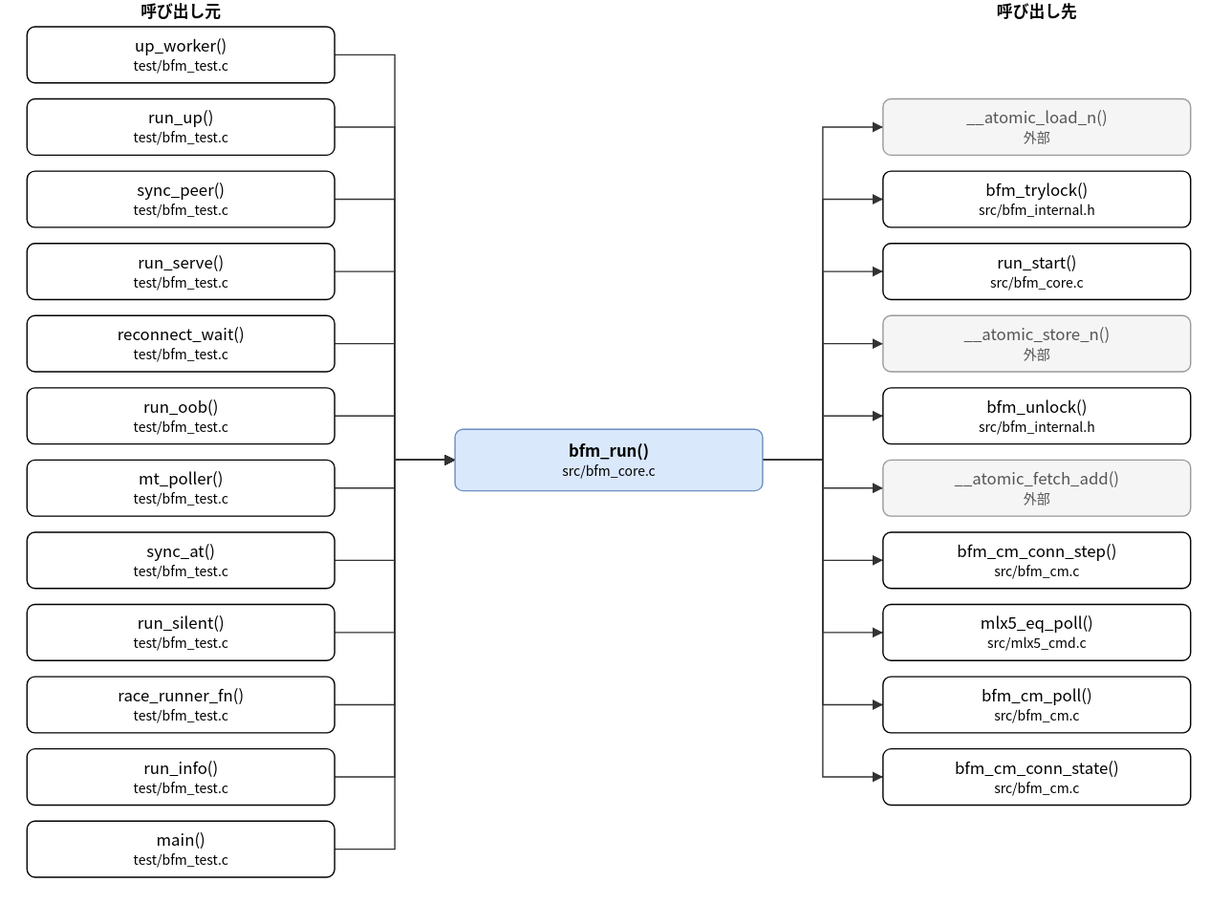
hf355051012-ai/bfmem keeps this draw.io diagram as doc/spec/images/call_src_bfm_core-bfm_run.drawio.svg. Above is the earlier version. Source tidied: cells renumbered, new cells last; positions are measured from the earlier drawing's top-left corner, leaving out a move shared by most shapes.
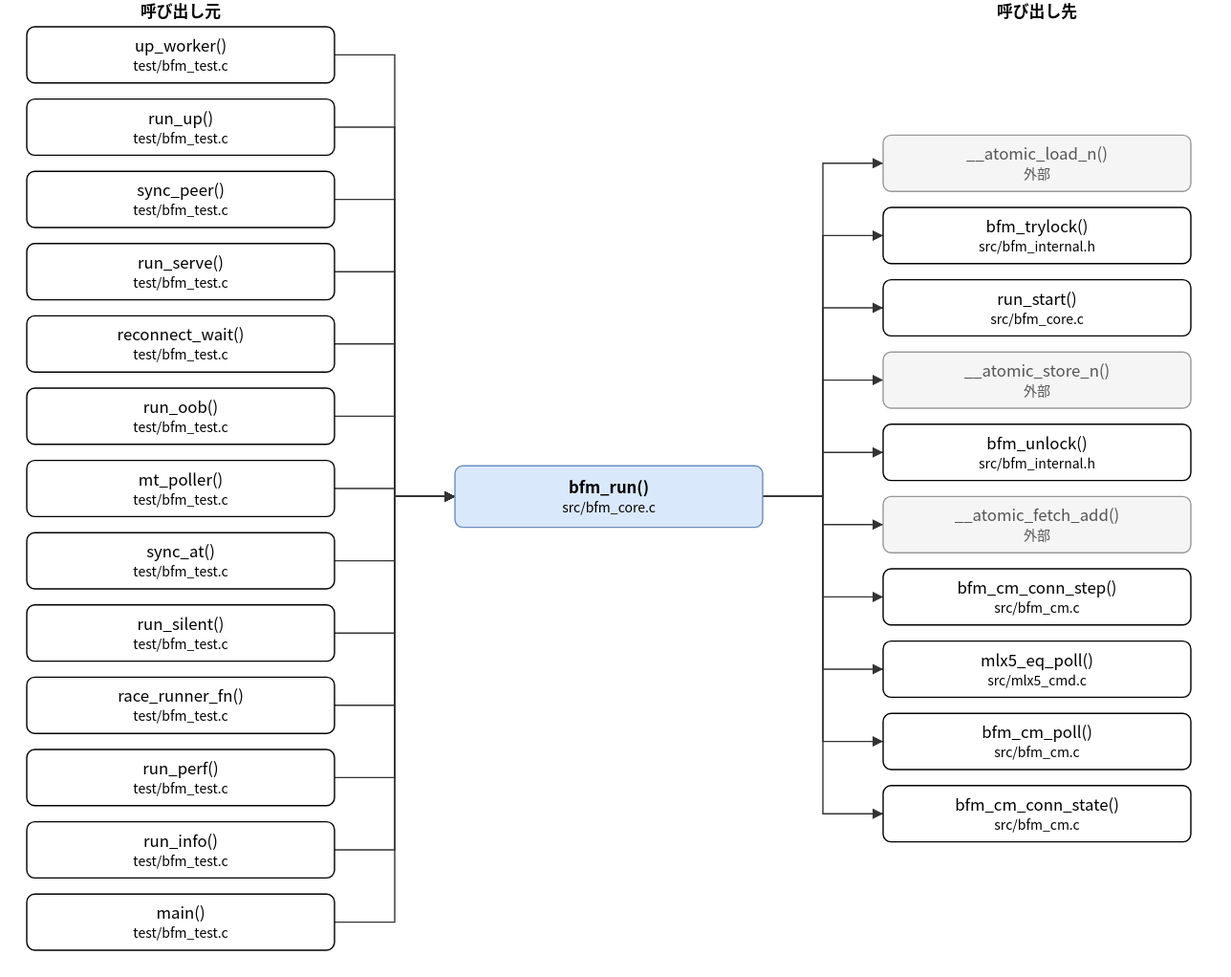
Later version of the same file.

Change to the diagram source:
```diff
@@ -3,7 +3,7 @@
     <mxCell id="0" />
     <mxCell id="1" parent="0" />
     <mxCell id="2" value="bfm_run()&lt;br&gt;&lt;font style=&quot;font-size:10px&quot;&gt;src/bfm_core.c&lt;/font&gt;" style="rounded=1;whiteSpace=wrap;html=1;fillColor=#dae8fc;strokeColor=#6c8ebf;fontStyle=1;" parent="1" vertex="1">
-      <mxGeometry x="320" y="321" width="230" height="46" as="geometry" />
+      <mxGeometry x="320" y="348" width="230" height="46" as="geometry" />
     </mxCell>
     <mxCell id="3" value="up_worker()&lt;br&gt;&lt;font style=&quot;font-size:10px&quot;&gt;test/bfm_test.c&lt;/font&gt;" style="rounded=1;whiteSpace=wrap;html=1;" parent="1" vertex="1">
       <mxGeometry y="20" width="230" height="42" as="geometry" />
@@ -35,47 +35,50 @@
     <mxCell id="12" value="race_runner_fn()&lt;br&gt;&lt;font style=&quot;font-size:10px&quot;&gt;test/bfm_test.c&lt;/font&gt;" style="rounded=1;whiteSpace=wrap;html=1;" parent="1" vertex="1">
       <mxGeometry y="506" width="230" height="42" as="geometry" />
     </mxCell>
-    <mxCell id="13" value="run_info()&lt;br&gt;&lt;font style=&quot;font-size:10px&quot;&gt;test/bfm_test.c&lt;/font&gt;" style="rounded=1;whiteSpace=wrap;html=1;" parent="1" vertex="1">
+    <mxCell id="13" value="run_perf()&lt;br&gt;&lt;font style=&quot;font-size:10px&quot;&gt;test/bfm_test.c&lt;/font&gt;" style="rounded=1;whiteSpace=wrap;html=1;" parent="1" vertex="1">
       <mxGeometry y="560" width="230" height="42" as="geometry" />
     </mxCell>
-    <mxCell id="14" value="main()&lt;br&gt;&lt;font style=&quot;font-size:10px&quot;&gt;test/bfm_test.c&lt;/font&gt;" style="rounded=1;whiteSpace=wrap;html=1;" parent="1" vertex="1">
+    <mxCell id="14" value="run_info()&lt;br&gt;&lt;font style=&quot;font-size:10px&quot;&gt;test/bfm_test.c&lt;/font&gt;" style="rounded=1;whiteSpace=wrap;html=1;" parent="1" vertex="1">
       <mxGeometry y="614" width="230" height="42" as="geometry" />
     </mxCell>
+    <mxCell id="49" value="main()&lt;br&gt;&lt;font style=&quot;font-size:10px&quot;&gt;test/bfm_test.c&lt;/font&gt;" style="rounded=1;whiteSpace=wrap;html=1;" parent="1" vertex="1">
+      <mxGeometry y="668" width="230" height="42" as="geometry" />
+    </mxCell>
     <mxCell id="15" value="__atomic_load_n()&lt;br&gt;&lt;font style=&quot;font-size:10px&quot;&gt;外部&lt;/font&gt;" style="rounded=1;whiteSpace=wrap;html=1;fillColor=#f5f5f5;strokeColor=#999999;fontColor=#555555;" parent="1" vertex="1">
-      <mxGeometry x="640" y="74" width="230" height="42" as="geometry" />
+      <mxGeometry x="640" y="101" width="230" height="42" as="geometry" />
     </mxCell>
     <mxCell id="16" value="bfm_trylock()&lt;br&gt;&lt;font style=&quot;font-size:10px&quot;&gt;src/bfm_internal.h&lt;/font&gt;" style="rounded=1;whiteSpace=wrap;html=1;" parent="1" vertex="1">
-      <mxGeometry x="640" y="128" width="230" height="42" as="geometry" />
+      <mxGeometry x="640" y="155" width="230" height="42" as="geometry" />
     </mxCell>
     <mxCell id="17" value="run_start()&lt;br&gt;&lt;font style=&quot;font-size:10px&quot;&gt;src/bfm_core.c&lt;/font&gt;" style="rounded=1;whiteSpace=wrap;html=1;" parent="1" vertex="1">
-      <mxGeometry x="640" y="182" width="230" height="42" as="geometry" />
+      <mxGeometry x="640" y="209" width="230" height="42" as="geometry" />
     </mxCell>
     <mxCell id="18" value="__atomic_store_n()&lt;br&gt;&lt;font style=&quot;font-size:10px&quot;&gt;外部&lt;/font&gt;" style="rounded=1;whiteSpace=wrap;html=1;fillColor=#f5f5f5;strokeColor=#999999;fontColor=#555555;" parent="1" vertex="1">
-      <mxGeometry x="640" y="236" width="230" height="42" as="geometry" />
+      <mxGeometry x="640" y="263" width="230" height="42" as="geometry" />
     </mxCell>
     <mxCell id="19" value="bfm_unlock()&lt;br&gt;&lt;font style=&quot;font-size:10px&quot;&gt;src/bfm_internal.h&lt;/font&gt;" style="rounded=1;whiteSpace=wrap;html=1;" parent="1" vertex="1">
-      <mxGeometry x="640" y="290" width="230" height="42" as="geometry" />
+      <mxGeometry x="640" y="317" width="230" height="42" as="geometry" />
     </mxCell>
     <mxCell id="20" value="__atomic_fetch_add()&lt;br&gt;&lt;font style=&quot;font-size:10px&quot;&gt;外部&lt;/font&gt;" style="rounded=1;whiteSpace=wrap;html=1;fillColor=#f5f5f5;strokeColor=#999999;fontColor=#555555;" parent="1" vertex="1">
-      <mxGeometry x="640" y="344" width="230" height="42" as="geometry" />
+      <mxGeometry x="640" y="371" width="230" height="42" as="geometry" />
     </mxCell>
     <mxCell id="21" value="bfm_cm_conn_step()&lt;br&gt;&lt;font style=&quot;font-size:10px&quot;&gt;src/bfm_cm.c&lt;/font&gt;" style="rounded=1;whiteSpace=wrap;html=1;" parent="1" vertex="1">
-      <mxGeometry x="640" y="398" width="230" height="42" as="geometry" />
+      <mxGeometry x="640" y="425" width="230" height="42" as="geometry" />
     </mxCell>
     <mxCell id="22" value="mlx5_eq_poll()&lt;br&gt;&lt;font style=&quot;font-size:10px&quot;&gt;src/mlx5_cmd.c&lt;/font&gt;" style="rounded=1;whiteSpace=wrap;html=1;" parent="1" vertex="1">
-      <mxGeometry x="640" y="452" width="230" height="42" as="geometry" />
+      <mxGeometry x="640" y="479" width="230" height="42" as="geometry" />
     </mxCell>
     <mxCell id="23" value="bfm_cm_poll()&lt;br&gt;&lt;font style=&quot;font-size:10px&quot;&gt;src/bfm_cm.c&lt;/font&gt;" style="rounded=1;whiteSpace=wrap;html=1;" parent="1" vertex="1">
-      <mxGeometry x="640" y="506" width="230" height="42" as="geometry" />
+      <mxGeometry x="640" y="533" width="230" height="42" as="geometry" />
     </mxCell>
     <mxCell id="24" value="bfm_cm_conn_state()&lt;br&gt;&lt;font style=&quot;font-size:10px&quot;&gt;src/bfm_cm.c&lt;/font&gt;" style="rounded=1;whiteSpace=wrap;html=1;" parent="1" vertex="1">
-      <mxGeometry x="640" y="560" width="230" height="42" as="geometry" />
+      <mxGeometry x="640" y="587" width="230" height="42" as="geometry" />
     </mxCell>
     <mxCell id="25" style="edgeStyle=none;html=1;rounded=0;endArrow=block;endFill=1;exitX=1.0000;exitY=0.5000;exitDx=0;exitDy=0;exitPerimeter=0;entryX=0.0000;entryY=0.5000;entryDx=0;entryDy=0;entryPerimeter=0;" parent="1" edge="1" source="3" target="2">
       <mxGeometry relative="1" as="geometry">
         <Array as="points">
           <mxPoint x="275" y="41" />
-          <mxPoint x="275" y="344" />
+          <mxPoint x="275" y="371" />
         </Array>
       </mxGeometry>
     </mxCell>
@@ -83,7 +86,7 @@
       <mxGeometry relative="1" as="geometry">
         <Array as="points">
           <mxPoint x="275" y="95" />
-          <mxPoint x="275" y="344" />
+          <mxPoint x="275" y="371" />
         </Array>
       </mxGeometry>
     </mxCell>
@@ -91,7 +94,7 @@
       <mxGeometry relative="1" as="geometry">
         <Array as="points">
           <mxPoint x="275" y="149" />
-          <mxPoint x="275" y="344" />
+          <mxPoint x="275" y="371" />
         </Array>
       </mxGeometry>
     </mxCell>
@@ -99,7 +102,7 @@
       <mxGeometry relative="1" as="geometry">
         <Array as="points">
           <mxPoint x="275" y="203" />
-          <mxPoint x="275" y="344" />
+          <mxPoint x="275" y="371" />
         </Array>
       </mxGeometry>
     </mxCell>
@@ -107,7 +110,7 @@
       <mxGeometry relative="1" as="geometry">
         <Array as="points">
           <mxPoint x="275" y="257" />
-          <mxPoint x="275" y="344" />
+          <mxPoint x="275" y="371" />
         </Array>
       </mxGeometry>
     </mxCell>
@@ -115,7 +118,7 @@
       <mxGeometry relative="1" as="geometry">
         <Array as="points">
           <mxPoint x="275" y="311" />
-          <mxPoint x="275" y="344" />
+          <mxPoint x="275" y="371" />
         </Array>
       </mxGeometry>
     </mxCell>
@@ -123,7 +126,7 @@
       <mxGeometry relative="1" as="geometry">
         <Array as="points">
           <mxPoint x="275" y="365" />
-          <mxPoint x="275" y="344" />
+          <mxPoint x="275" y="371" />
         </Array>
       </mxGeometry>
     </mxCell>
@@ -131,7 +134,7 @@
       <mxGeometry relative="1" as="geometry">
         <Array as="points">
           <mxPoint x="275" y="419" />
-          <mxPoint x="275" y="344" />
+          <mxPoint x="275" y="371" />
         </Array>
       </mxGeometry>
     </mxCell>
@@ -139,7 +142,7 @@
       <mxGeometry relative="1" as="geometry">
         <Array as="points">
           <mxPoint x="275" y="473" />
-          <mxPoint x="275" y="344" />
+          <mxPoint x="275" y="371" />
         </Array>
       </mxGeometry>
     </mxCell>
@@ -147,7 +150,7 @@
       <mxGeometry relative="1" as="geometry">
         <Array as="points">
           <mxPoint x="275" y="527" />
-          <mxPoint x="275" y="344" />
+          <mxPoint x="275" y="371" />
         </Array>
       </mxGeometry>
     </mxCell>
@@ -155,7 +158,7 @@
       <mxGeometry relative="1" as="geometry">
         <Array as="points">
           <mxPoint x="275" y="581" />
-          <mxPoint x="275" y="344" />
+          <mxPoint x="275" y="371" />
         </Array>
       </mxGeometry>
     </mxCell>
@@ -163,90 +166,98 @@
       <mxGeometry relative="1" as="geometry">
         <Array as="points">
           <mxPoint x="275" y="635" />
-          <mxPoint x="275" y="344" />
+          <mxPoint x="275" y="371" />
         </Array>
       </mxGeometry>
     </mxCell>
-    <mxCell id="37" style="edgeStyle=none;html=1;rounded=0;endArrow=block;endFill=1;exitX=1.0000;exitY=0.5000;exitDx=0;exitDy=0;exitPerimeter=0;entryX=0.0000;entryY=0.5000;entryDx=0;entryDy=0;entryPerimeter=0;" parent="1" edge="1" source="2" target="15">
+    <mxCell id="37" style="edgeStyle=none;html=1;rounded=0;endArrow=block;endFill=1;exitX=1.0000;exitY=0.5000;exitDx=0;exitDy=0;exitPerimeter=0;entryX=0.0000;entryY=0.5000;entryDx=0;entryDy=0;entryPerimeter=0;" parent="1" edge="1" source="49" target="2">
       <mxGeometry relative="1" as="geometry">
         <Array as="points">
-          <mxPoint x="595" y="344" />
-          <mxPoint x="595" y="95" />
+          <mxPoint x="275" y="689" />
+          <mxPoint x="275" y="371" />
         </Array>
       </mxGeometry>
     </mxCell>
-    <mxCell id="38" style="edgeStyle=none;html=1;rounded=0;endArrow=block;endFill=1;exitX=1.0000;exitY=0.5000;exitDx=0;exitDy=0;exitPerimeter=0;entryX=0.0000;entryY=0.5000;entryDx=0;entryDy=0;entryPerimeter=0;" parent="1" edge="1" source="2" target="16">
+    <mxCell id="38" style="edgeStyle=none;html=1;rounded=0;endArrow=block;endFill=1;exitX=1.0000;exitY=0.5000;exitDx=0;exitDy=0;exitPerimeter=0;entryX=0.0000;entryY=0.5000;entryDx=0;entryDy=0;entryPerimeter=0;" parent="1" edge="1" source="2" target="15">
       <mxGeometry relative="1" as="geometry">
         <Array as="points">
-          <mxPoint x="595" y="344" />
-          <mxPoint x="595" y="149" />
+          <mxPoint x="595" y="371" />
+          <mxPoint x="595" y="122" />
         </Array>
       </mxGeometry>
     </mxCell>
-    <mxCell id="39" style="edgeStyle=none;html=1;rounded=0;endArrow=block;endFill=1;exitX=1.0000;exitY=0.5000;exitDx=0;exitDy=0;exitPerimeter=0;entryX=0.0000;entryY=0.5000;entryDx=0;entryDy=0;entryPerimeter=0;" parent="1" edge="1" source="2" target="17">
+    <mxCell id="39" style="edgeStyle=none;html=1;rounded=0;endArrow=block;endFill=1;exitX=1.0000;exitY=0.5000;exitDx=0;exitDy=0;exitPerimeter=0;entryX=0.0000;entryY=0.5000;entryDx=0;entryDy=0;entryPerimeter=0;" parent="1" edge="1" source="2" target="16">
       <mxGeometry relative="1" as="geometry">
         <Array as="points">
-          <mxPoint x="595" y="344" />
-          <mxPoint x="595" y="203" />
+          <mxPoint x="595" y="371" />
+          <mxPoint x="595" y="176" />
         </Array>
       </mxGeometry>
     </mxCell>
-    <mxCell id="40" style="edgeStyle=none;html=1;rounded=0;endArrow=block;endFill=1;exitX=1.0000;exitY=0.5000;exitDx=0;exitDy=0;exitPerimeter=0;entryX=0.0000;entryY=0.5000;entryDx=0;entryDy=0;entryPerimeter=0;" parent="1" edge="1" source="2" target="18">
+    <mxCell id="40" style="edgeStyle=none;html=1;rounded=0;endArrow=block;endFill=1;exitX=1.0000;exitY=0.5000;exitDx=0;exitDy=0;exitPerimeter=0;entryX=0.0000;entryY=0.5000;entryDx=0;entryDy=0;entryPerimeter=0;" parent="1" edge="1" source="2" target="17">
       <mxGeometry relative="1" as="geometry">
         <Array as="points">
-          <mxPoint x="595" y="344" />
-          <mxPoint x="595" y="257" />
+          <mxPoint x="595" y="371" />
+          <mxPoint x="595" y="230" />
         </Array>
       </mxGeometry>
     </mxCell>
-    <mxCell id="41" style="edgeStyle=none;html=1;rounded=0;endArrow=block;endFill=1;exitX=1.0000;exitY=0.5000;exitDx=0;exitDy=0;exitPerimeter=0;entryX=0.0000;entryY=0.5000;entryDx=0;entryDy=0;entryPerimeter=0;" parent="1" edge="1" source="2" target="19">
+    <mxCell id="41" style="edgeStyle=none;html=1;rounded=0;endArrow=block;endFill=1;exitX=1.0000;exitY=0.5000;exitDx=0;exitDy=0;exitPerimeter=0;entryX=0.0000;entryY=0.5000;entryDx=0;entryDy=0;entryPerimeter=0;" parent="1" edge="1" source="2" target="18">
       <mxGeometry relative="1" as="geometry">
         <Array as="points">
-          <mxPoint x="595" y="344" />
-          <mxPoint x="595" y="311" />
+          <mxPoint x="595" y="371" />
+          <mxPoint x="595" y="284" />
         </Array>
       </mxGeometry>
     </mxCell>
-    <mxCell id="42" style="edgeStyle=none;html=1;rounded=0;endArrow=block;endFill=1;exitX=1.0000;exitY=0.5000;exitDx=0;exitDy=0;exitPerimeter=0;entryX=0.0000;entryY=0.5000;entryDx=0;entryDy=0;entryPerimeter=0;" parent="1" edge="1" source="2" target="20">
+    <mxCell id="42" style="edgeStyle=none;html=1;rounded=0;endArrow=block;endFill=1;exitX=1.0000;exitY=0.5000;exitDx=0;exitDy=0;exitPerimeter=0;entryX=0.0000;entryY=0.5000;entryDx=0;entryDy=0;entryPerimeter=0;" parent="1" edge="1" source="2" target="19">
       <mxGeometry relative="1" as="geometry">
         <Array as="points">
-          <mxPoint x="595" y="344" />
-          <mxPoint x="595" y="365" />
+          <mxPoint x="595" y="371" />
+          <mxPoint x="595" y="338" />
         </Array>
       </mxGeometry>
     </mxCell>
-    <mxCell id="43" style="edgeStyle=none;html=1;rounded=0;endArrow=block;endFill=1;exitX=1.0000;exitY=0.5000;exitDx=0;exitDy=0;exitPerimeter=0;entryX=0.0000;entryY=0.5000;entryDx=0;entryDy=0;entryPerimeter=0;" parent="1" edge="1" source="2" target="21">
+    <mxCell id="43" style="edgeStyle=none;html=1;rounded=0;endArrow=block;endFill=1;exitX=1.0000;exitY=0.5000;exitDx=0;exitDy=0;exitPerimeter=0;entryX=0.0000;entryY=0.5000;entryDx=0;entryDy=0;entryPerimeter=0;" parent="1" edge="1" source="2" target="20">
       <mxGeometry relative="1" as="geometry">
         <Array as="points">
-          <mxPoint x="595" y="344" />
-          <mxPoint x="595" y="419" />
+          <mxPoint x="595" y="371" />
+          <mxPoint x="595" y="392" />
         </Array>
       </mxGeometry>
     </mxCell>
-    <mxCell id="44" style="edgeStyle=none;html=1;rounded=0;endArrow=block;endFill=1;exitX=1.0000;exitY=0.5000;exitDx=0;exitDy=0;exitPerimeter=0;entryX=0.0000;entryY=0.5000;entryDx=0;entryDy=0;entryPerimeter=0;" parent="1" edge="1" source="2" target="22">
+    <mxCell id="44" style="edgeStyle=none;html=1;rounded=0;endArrow=block;endFill=1;exitX=1.0000;exitY=0.5000;exitDx=0;exitDy=0;exitPerimeter=0;entryX=0.0000;entryY=0.5000;entryDx=0;entryDy=0;entryPerimeter=0;" parent="1" edge="1" source="2" target="21">
       <mxGeometry relative="1" as="geometry">
         <Array as="points">
-          <mxPoint x="595" y="344" />
-          <mxPoint x="595" y="473" />
+          <mxPoint x="595" y="371" />
+          <mxPoint x="595" y="446" />
         </Array>
       </mxGeometry>
     </mxCell>
-    <mxCell id="45" style="edgeStyle=none;html=1;rounded=0;endArrow=block;endFill=1;exitX=1.0000;exitY=0.5000;exitDx=0;exitDy=0;exitPerimeter=0;entryX=0.0000;entryY=0.5000;entryDx=0;entryDy=0;entryPerimeter=0;" parent="1" edge="1" source="2" target="23">
+    <mxCell id="45" style="edgeStyle=none;html=1;rounded=0;endArrow=block;endFill=1;exitX=1.0000;exitY=0.5000;exitDx=0;exitDy=0;exitPerimeter=0;entryX=0.0000;entryY=0.5000;entryDx=0;entryDy=0;entryPerimeter=0;" parent="1" edge="1" source="2" target="22">
       <mxGeometry relative="1" as="geometry">
         <Array as="points">
-          <mxPoint x="595" y="344" />
-          <mxPoint x="595" y="527" />
+          <mxPoint x="595" y="371" />
+          <mxPoint x="595" y="500" />
         </Array>
       </mxGeometry>
     </mxCell>
-    <mxCell id="46" style="edgeStyle=none;html=1;rounded=0;endArrow=block;endFill=1;exitX=1.0000;exitY=0.5000;exitDx=0;exitDy=0;exitPerimeter=0;entryX=0.0000;entryY=0.5000;entryDx=0;entryDy=0;entryPerimeter=0;" parent="1" edge="1" source="2" target="24">
+    <mxCell id="46" style="edgeStyle=none;html=1;rounded=0;endArrow=block;endFill=1;exitX=1.0000;exitY=0.5000;exitDx=0;exitDy=0;exitPerimeter=0;entryX=0.0000;entryY=0.5000;entryDx=0;entryDy=0;entryPerimeter=0;" parent="1" edge="1" source="2" target="23">
       <mxGeometry relative="1" as="geometry">
         <Array as="points">
-          <mxPoint x="595" y="344" />
-          <mxPoint x="595" y="581" />
+          <mxPoint x="595" y="371" />
+          <mxPoint x="595" y="554" />
         </Array>
       </mxGeometry>
     </mxCell>
+    <mxCell id="50" style="edgeStyle=none;html=1;rounded=0;endArrow=block;endFill=1;exitX=1.0000;exitY=0.5000;exitDx=0;exitDy=0;exitPerimeter=0;entryX=0.0000;entryY=0.5000;entryDx=0;entryDy=0;entryPerimeter=0;" parent="1" edge="1" source="2" target="24">
+      <mxGeometry relative="1" as="geometry">
+        <Array as="points">
+          <mxPoint x="595" y="371" />
+          <mxPoint x="595" y="608" />
+        </Array>
+      </mxGeometry>
+    </mxCell>
     <mxCell id="47" value="呼び出し元" style="text;html=1;align=center;fontStyle=1;" parent="1" vertex="1">
       <mxGeometry x="35" width="160" height="18" as="geometry" />
     </mxCell>
```
